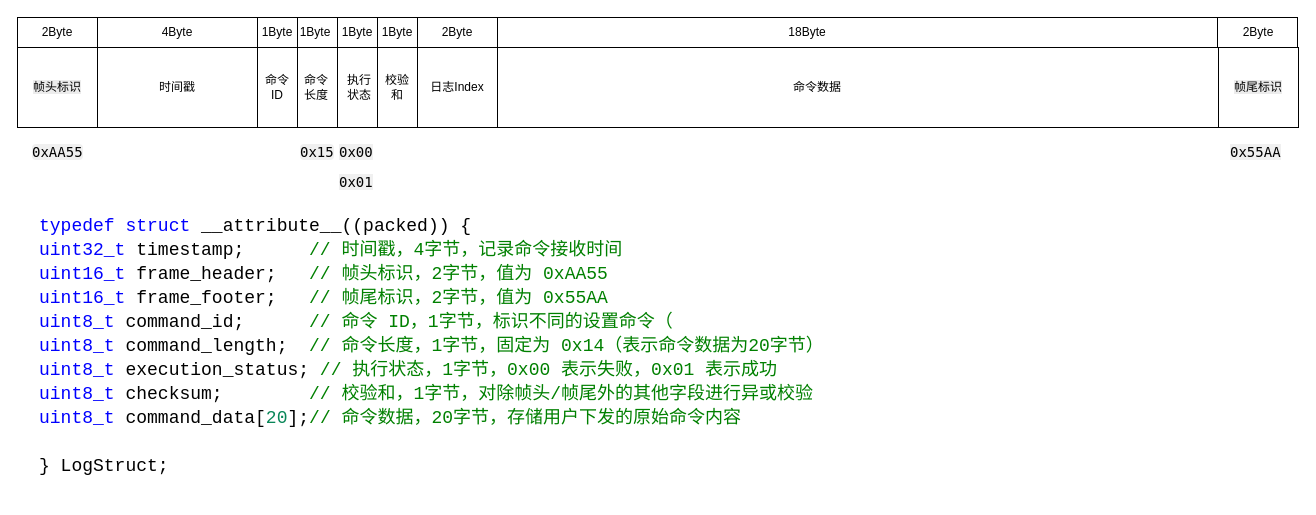
Before: page "第 3 页" (3 of 11) of 未命名绘图1.drawio in WHUT-LHT/hello-world, a draw.io diagram. Source tidied: cells renumbered, new cells numbered last; positions are measured from the earlier drawing's top-left corner, leaving out a move shared by most shapes. Both pictures are drawn from the tidied source at 100%, with x=0, y=0 at pixel (17, 17).
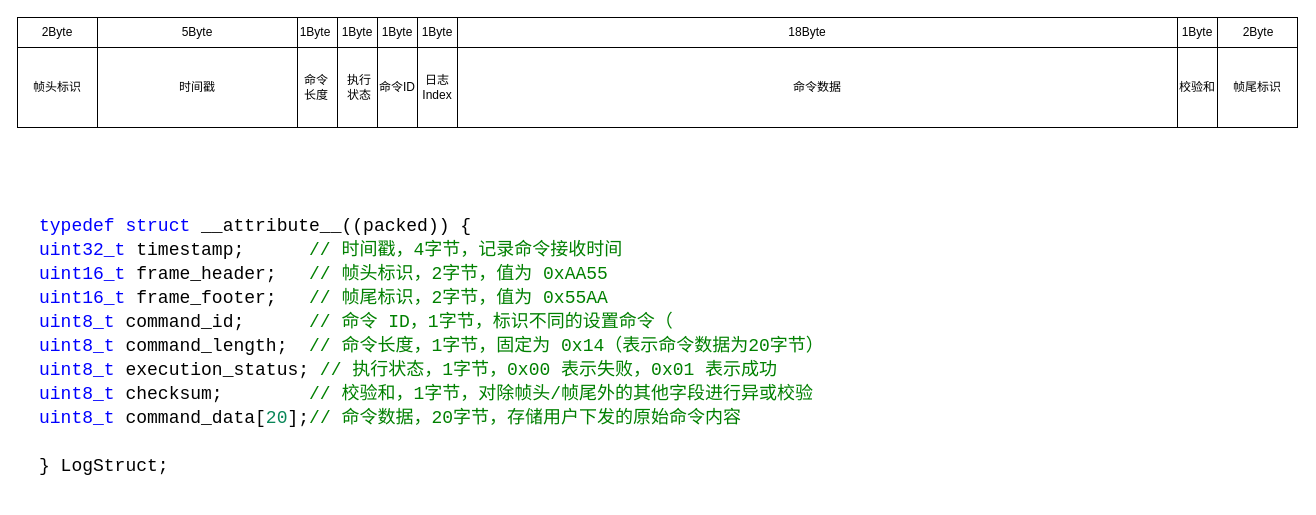
The same page after the edit.

Commit message:
更新未命名绘图1.drawio

What changed in the source:
```diff
@@
-    <mxCell id="4" value="&lt;br&gt;&lt;span style=&quot;color: rgb(0, 0, 0); font-family: Helvetica; font-size: 12px; font-style: normal; font-variant-ligatures: normal; font-variant-caps: normal; font-weight: 400; letter-spacing: normal; orphans: 2; text-align: center; text-indent: 0px; text-transform: none; widows: 2; word-spacing: 0px; -webkit-text-stroke-width: 0px; white-space: normal; background-color: rgb(236, 236, 236); text-decoration-thickness: initial; text-decoration-style: initial; text-decoration-color: initial; float: none; display: inline !important;&quot;&gt;帧尾标识&lt;/span&gt;&lt;div&gt;&lt;br/&gt;&lt;/div&gt;" style="rounded=0;whiteSpace=wrap;html=1;" parent="1" vertex="1">
-      <mxGeometry x="1201" y="30" width="80" height="80" as="geometry" />
-    </mxCell>
-    <mxCell id="5" value="&lt;br&gt;&lt;span style=&quot;color: rgb(0, 0, 0); font-family: Helvetica; font-size: 12px; font-style: normal; font-variant-ligatures: normal; font-variant-caps: normal; font-weight: 400; letter-spacing: normal; orphans: 2; text-align: center; text-indent: 0px; text-transform: none; widows: 2; word-spacing: 0px; -webkit-text-stroke-width: 0px; white-space: normal; background-color: rgb(236, 236, 236); text-decoration-thickness: initial; text-decoration-style: initial; text-decoration-color: initial; float: none; display: inline !important;&quot;&gt;帧头标识&lt;/span&gt;&lt;div&gt;&lt;br&gt;&lt;/div&gt;" style="rounded=0;whiteSpace=wrap;html=1;" parent="1" vertex="1">
+    <mxCell id="5" value="帧头标识" style="rounded=0;whiteSpace=wrap;html=1;" parent="1" vertex="1">
       <mxGeometry y="30" width="80" height="80" as="geometry" />
     </mxCell>
-    <mxCell id="6" style="rounded=0;whiteSpace=wrap;html=1;" parent="1" vertex="1">
-      <mxGeometry x="80" y="30" width="160" height="80" as="geometry" />
-    </mxCell>
     <mxCell id="7" value="时间戳" style="text;html=1;align=center;verticalAlign=middle;whiteSpace=wrap;rounded=0;" parent="1" vertex="1">
-      <mxGeometry x="130" y="55" width="60" height="30" as="geometry" />
+      <mxGeometry x="150" y="55" width="60" height="30" as="geometry" />
     </mxCell>
-    <mxCell id="8" style="rounded=0;whiteSpace=wrap;html=1;" parent="1" vertex="1">
-      <mxGeometry x="240" y="30" width="40" height="80" as="geometry" />
-    </mxCell>
@@
-    <mxCell id="11" value="命令&lt;br&gt;ID" style="text;html=1;align=center;verticalAlign=middle;whiteSpace=wrap;rounded=0;" parent="1" vertex="1">
-      <mxGeometry x="246.2" y="55" width="27.5" height="30" as="geometry" />
-    </mxCell>
@@
-    <mxCell id="16" style="rounded=0;whiteSpace=wrap;html=1;" parent="1" vertex="1">
-      <mxGeometry x="80" width="160" height="30" as="geometry" />
-    </mxCell>
-    <mxCell id="17" style="rounded=0;whiteSpace=wrap;html=1;" parent="1" vertex="1">
-      <mxGeometry x="240" width="40" height="30" as="geometry" />
-    </mxCell>
@@
     <mxCell id="20" style="rounded=0;whiteSpace=wrap;html=1;" parent="1" vertex="1">
-      <mxGeometry x="360" width="840" height="30" as="geometry" />
+      <mxGeometry x="360" width="800" height="30" as="geometry" />
     </mxCell>
@@
-    <mxCell id="22" value="4Byte" style="text;html=1;align=center;verticalAlign=middle;whiteSpace=wrap;rounded=0;" parent="1" vertex="1">
-      <mxGeometry x="130" width="60" height="30" as="geometry" />
+    <mxCell id="22" value="5Byte" style="text;html=1;align=center;verticalAlign=middle;whiteSpace=wrap;rounded=0;" parent="1" vertex="1">
+      <mxGeometry x="150" width="60" height="30" as="geometry" />
     </mxCell>
-    <mxCell id="23" value="1Byte" style="text;html=1;align=center;verticalAlign=middle;whiteSpace=wrap;rounded=0;" parent="1" vertex="1">
-      <mxGeometry x="230" width="60" height="30" as="geometry" />
-    </mxCell>
@@
-    <mxCell id="28" value="&lt;code style=&quot;-webkit-font-smoothing: antialiased; box-sizing: border-box; -webkit-tap-highlight-color: rgba(0, 0, 0, 0); background: none 0% 0% / auto repeat scroll padding-box border-box rgba(0, 0, 0, 0.06); border-radius: 4px; color: rgb(0, 0, 0); font-size: 14px; font-family: Menlo, Monaco, Consolas, &amp;quot;Courier New&amp;quot;, monospace; overflow-anchor: auto; font-style: normal; font-variant-ligatures: normal; font-variant-caps: normal; font-weight: 400; letter-spacing: normal; orphans: 2; text-align: left; text-indent: 0px; text-transform: none; widows: 2; word-spacing: 0px; -webkit-text-stroke-width: 0px; white-space: normal; text-decoration-thickness: initial; text-decoration-style: initial; text-decoration-color: initial;&quot;&gt;0xAA55&lt;/code&gt;" style="text;whiteSpace=wrap;html=1;" parent="1" vertex="1">
-      <mxGeometry x="12.5" y="120" width="55" height="40" as="geometry" />
-    </mxCell>
-    <mxCell id="29" value="&lt;code style=&quot;color: rgb(0, 0, 0); -webkit-font-smoothing: antialiased; box-sizing: border-box; -webkit-tap-highlight-color: rgba(0, 0, 0, 0); background: none 0% 0% / auto repeat scroll padding-box border-box rgba(0, 0, 0, 0.06); border-radius: 4px; font-size: 14px; font-family: Menlo, Monaco, Consolas, &amp;quot;Courier New&amp;quot;, monospace; overflow-anchor: auto;&quot;&gt;0x15&lt;/code&gt;" style="text;whiteSpace=wrap;html=1;" parent="1" vertex="1">
-      <mxGeometry x="280.8" y="120" width="36" height="40" as="geometry" />
-    </mxCell>
-    <mxCell id="30" value="&lt;span style=&quot;color: rgb(0, 0, 0); font-family: Menlo, Monaco, Consolas, &amp;quot;Courier New&amp;quot;, monospace; font-size: 14px; font-style: normal; font-variant-ligatures: normal; font-variant-caps: normal; font-weight: 400; letter-spacing: normal; orphans: 2; text-align: left; text-indent: 0px; text-transform: none; widows: 2; word-spacing: 0px; -webkit-text-stroke-width: 0px; white-space: normal; background-color: rgba(0, 0, 0, 0.06); text-decoration-thickness: initial; text-decoration-style: initial; text-decoration-color: initial; display: inline !important; float: none;&quot;&gt;0x00&lt;/span&gt;" style="text;whiteSpace=wrap;html=1;" parent="1" vertex="1">
-      <mxGeometry x="320" y="120" width="60" height="40" as="geometry" />
-    </mxCell>
-    <mxCell id="31" value="&lt;span style=&quot;color: rgb(0, 0, 0); font-family: Menlo, Monaco, Consolas, &amp;quot;Courier New&amp;quot;, monospace; font-size: 14px; font-style: normal; font-variant-ligatures: normal; font-variant-caps: normal; font-weight: 400; letter-spacing: normal; orphans: 2; text-align: left; text-indent: 0px; text-transform: none; widows: 2; word-spacing: 0px; -webkit-text-stroke-width: 0px; white-space: normal; background-color: rgba(0, 0, 0, 0.06); text-decoration-thickness: initial; text-decoration-style: initial; text-decoration-color: initial; float: none; display: inline !important;&quot;&gt;0x01&lt;/span&gt;" style="text;whiteSpace=wrap;html=1;" parent="1" vertex="1">
-      <mxGeometry x="320" y="150" width="60" height="40" as="geometry" />
-    </mxCell>
-    <mxCell id="32" value="&lt;span style=&quot;color: rgb(0, 0, 0); font-family: Menlo, Monaco, Consolas, &amp;quot;Courier New&amp;quot;, monospace; font-size: 14px; font-style: normal; font-variant-ligatures: normal; font-variant-caps: normal; font-weight: 400; letter-spacing: normal; orphans: 2; text-align: left; text-indent: 0px; text-transform: none; widows: 2; word-spacing: 0px; -webkit-text-stroke-width: 0px; white-space: normal; background-color: rgba(0, 0, 0, 0.06); text-decoration-thickness: initial; text-decoration-style: initial; text-decoration-color: initial; display: inline !important; float: none;&quot;&gt;0x55AA&lt;/span&gt;" style="text;whiteSpace=wrap;html=1;" parent="1" vertex="1">
-      <mxGeometry x="1211" y="120" width="59" height="40" as="geometry" />
-    </mxCell>
-    <mxCell id="33" style="rounded=0;whiteSpace=wrap;html=1;" parent="1" vertex="1">
+    <mxCell id="33" value="命令ID" style="rounded=0;whiteSpace=wrap;html=1;" parent="1" vertex="1">
       <mxGeometry x="360" y="30" width="40" height="80" as="geometry" />
     </mxCell>
-    <mxCell id="34" value="校验和" style="text;html=1;align=center;verticalAlign=middle;whiteSpace=wrap;rounded=0;" parent="1" vertex="1">
-      <mxGeometry x="366.2" y="55" width="27.5" height="30" as="geometry" />
-    </mxCell>
@@
     <mxCell id="38" style="rounded=0;whiteSpace=wrap;html=1;" parent="1" vertex="1">
-      <mxGeometry x="400" width="80" height="30" as="geometry" />
+      <mxGeometry x="400" width="40" height="30" as="geometry" />
     </mxCell>
-    <mxCell id="39" value="2Byte" style="text;html=1;align=center;verticalAlign=middle;whiteSpace=wrap;rounded=0;" parent="1" vertex="1">
-      <mxGeometry x="410" width="60" height="30" as="geometry" />
+    <mxCell id="39" value="1Byte" style="text;html=1;align=center;verticalAlign=middle;whiteSpace=wrap;rounded=0;" parent="1" vertex="1">
+      <mxGeometry x="390" width="60" height="30" as="geometry" />
     </mxCell>
     <mxCell id="40" value="日志Index" style="rounded=0;whiteSpace=wrap;html=1;" parent="1" vertex="1">
-      <mxGeometry x="400" y="30" width="80" height="80" as="geometry" />
+      <mxGeometry x="400" y="30" width="40" height="80" as="geometry" />
     </mxCell>
+    <mxCell id="23" value="1Byte" style="rounded=0;whiteSpace=wrap;html=1;" parent="1" vertex="1">
+      <mxGeometry x="1160" width="40" height="30" as="geometry" />
+    </mxCell>
+    <mxCell id="34" value="校验和" style="rounded=0;whiteSpace=wrap;html=1;" parent="1" vertex="1">
+      <mxGeometry x="1160" y="30" width="40" height="80" as="geometry" />
+    </mxCell>
+    <mxCell id="4" value="帧尾标识" style="rounded=0;whiteSpace=wrap;html=1;" parent="1" vertex="1">
+      <mxGeometry x="1200" y="30" width="80" height="80" as="geometry" />
+    </mxCell>
```
